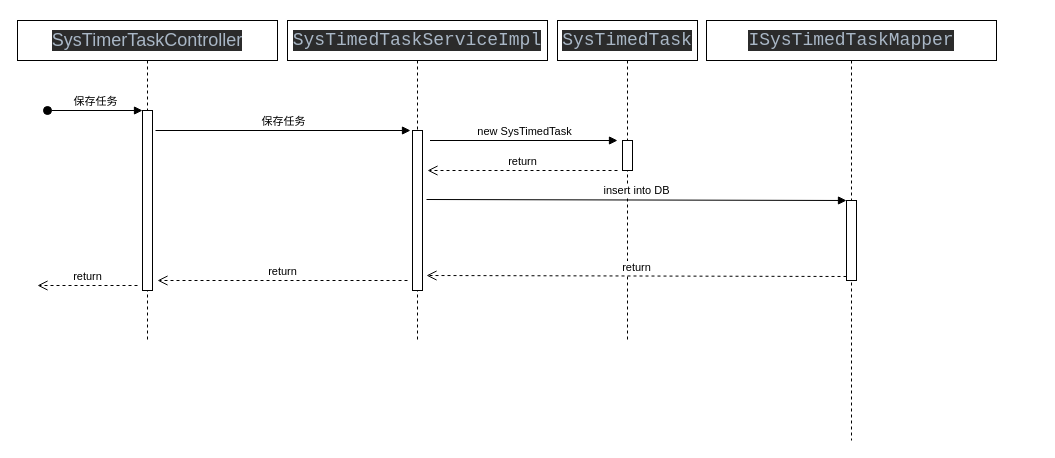
This is quartz.drawio from xiaolixi/xiaolixi.github.io, a draw.io file, before an edit. Source tidied: cells renumbered, new cells numbered last; positions are measured from the earlier drawing's top-left corner, leaving out a move shared by most shapes. Both pictures are drawn from the tidied source at 100%, with x=0, y=0 at pixel (17, 20).
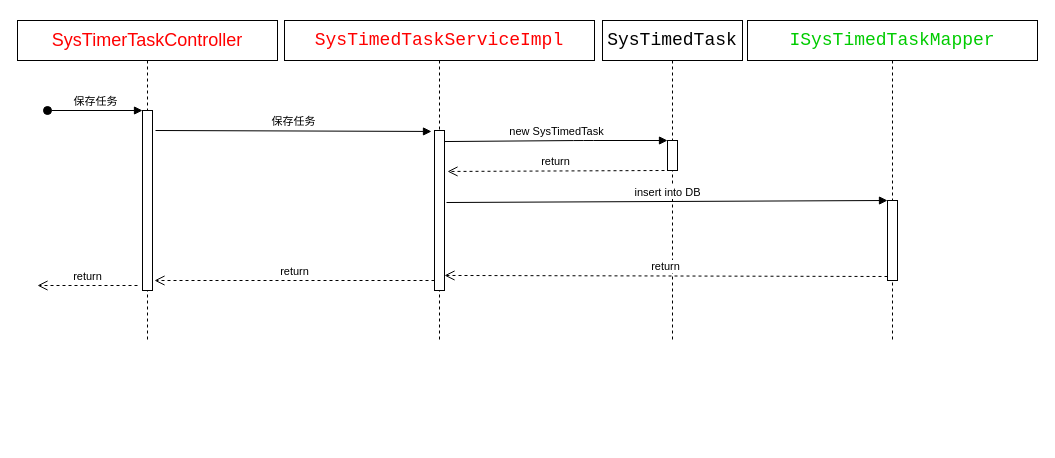
The same page after the edit.

The change refers to these unchanged cells:
```xml
<mxCell id="15" style="html=1;points=[];perimeter=orthogonalPerimeter;" parent="14" vertex="1">
  <mxGeometry x="140" y="180" width="10" height="80" as="geometry" />
</mxCell>
```

What changed in the source:
```diff
@@
-    <mxCell id="2" value="&lt;pre style=&quot;background-color: rgb(43 , 43 , 43) ; color: rgb(169 , 183 , 198) ; font-family: &amp;#34;courier new&amp;#34;&quot;&gt;&lt;pre style=&quot;font-family: &amp;#34;courier new&amp;#34;&quot;&gt;&lt;p style=&quot;margin: 0in ; font-family: &amp;#34;calibri&amp;#34;&quot;&gt;&lt;span style=&quot;font-size: 18px&quot;&gt;SysTimerTaskController&lt;/span&gt;&lt;/p&gt;&lt;/pre&gt;&lt;/pre&gt;" style="shape=umlLifeline;perimeter=lifelinePerimeter;whiteSpace=wrap;html=1;" parent="1" vertex="1">
+    <mxCell id="2" value="&lt;pre style=&quot;font-family: &amp;#34;courier new&amp;#34;&quot;&gt;&lt;pre style=&quot;font-family: &amp;#34;courier new&amp;#34;&quot;&gt;&lt;p style=&quot;margin: 0in ; font-family: &amp;#34;calibri&amp;#34;&quot;&gt;&lt;span style=&quot;font-size: 18px&quot;&gt;&lt;font color=&quot;#ff0000&quot;&gt;SysTimerTaskController&lt;/font&gt;&lt;/span&gt;&lt;/p&gt;&lt;/pre&gt;&lt;/pre&gt;" style="shape=umlLifeline;perimeter=lifelinePerimeter;whiteSpace=wrap;html=1;labelBackgroundColor=none;" parent="1" vertex="1">
       <mxGeometry width="260" height="320" as="geometry" />
     </mxCell>
@@
-    <mxCell id="6" value="&lt;pre style=&quot;background-color: rgb(43 , 43 , 43)&quot;&gt;&lt;pre&gt;&lt;font color=&quot;#a9b7c6&quot; face=&quot;courier new&quot;&gt;&lt;span style=&quot;font-size: 18px&quot;&gt;SysTimedTaskServiceImpl&lt;/span&gt;&lt;span style=&quot;font-size: 13.5pt&quot;&gt;&lt;br&gt;&lt;/span&gt;&lt;/font&gt;&lt;/pre&gt;&lt;/pre&gt;" style="shape=umlLifeline;perimeter=lifelinePerimeter;whiteSpace=wrap;html=1;" parent="1" vertex="1">
-      <mxGeometry x="270" width="260" height="320" as="geometry" />
+    <mxCell id="6" value="&lt;pre&gt;&lt;pre&gt;&lt;font face=&quot;courier new&quot;&gt;&lt;span style=&quot;font-size: 18px&quot;&gt;&lt;font color=&quot;#ff0000&quot;&gt;SysTimedTaskServiceImpl&lt;/font&gt;&lt;/span&gt;&lt;span style=&quot;background-color: rgb(43 , 43 , 43) ; color: rgb(169 , 183 , 198) ; font-size: 13.5pt&quot;&gt;&lt;br&gt;&lt;/span&gt;&lt;/font&gt;&lt;/pre&gt;&lt;/pre&gt;" style="shape=umlLifeline;perimeter=lifelinePerimeter;whiteSpace=wrap;html=1;size=40;" parent="1" vertex="1">
+      <mxGeometry x="267" width="310" height="320" as="geometry" />
     </mxCell>
     <mxCell id="7" style="html=1;points=[];perimeter=orthogonalPerimeter;" parent="6" vertex="1">
-      <mxGeometry x="125" y="110" width="10" height="160" as="geometry" />
+      <mxGeometry x="150" y="110" width="10" height="160" as="geometry" />
     </mxCell>
-    <mxCell id="8" value="return" style="html=1;verticalAlign=bottom;endArrow=open;dashed=1;endSize=8;" parent="6" edge="1">
+    <mxCell id="8" value="return" style="html=1;verticalAlign=bottom;endArrow=open;dashed=1;endSize=8;entryX=1.3;entryY=0.256;entryDx=0;entryDy=0;entryPerimeter=0;" parent="6" edge="1" target="7">
       <mxGeometry relative="1" as="geometry">
-        <mxPoint x="330" y="150" as="sourcePoint" />
-        <mxPoint x="140" y="150" as="targetPoint" />
+        <mxPoint x="380" y="150" as="sourcePoint" />
       </mxGeometry>
     </mxCell>
     <mxCell id="9" value="return" style="html=1;verticalAlign=bottom;endArrow=open;dashed=1;endSize=8;" parent="6" edge="1">
       <mxGeometry relative="1" as="geometry">
-        <mxPoint x="120" y="260" as="sourcePoint" />
+        <mxPoint x="150" y="260" as="sourcePoint" />
         <mxPoint x="-130" y="260" as="targetPoint" />
       </mxGeometry>
     </mxCell>
-    <mxCell id="10" value="保存任务" style="html=1;verticalAlign=bottom;endArrow=block;entryX=0;entryY=0;entryDx=0;entryDy=0;entryPerimeter=0;" parent="1" edge="1">
+    <mxCell id="10" value="保存任务" style="html=1;verticalAlign=bottom;endArrow=block;entryX=-0.3;entryY=0.006;entryDx=0;entryDy=0;entryPerimeter=0;" parent="1" edge="1" target="7">
       <mxGeometry relative="1" as="geometry">
         <mxPoint x="138" y="110" as="sourcePoint" />
-        <mxPoint x="393" y="110" as="targetPoint" />
       </mxGeometry>
     </mxCell>
-    <mxCell id="11" value="&lt;pre style=&quot;background-color: rgb(43 , 43 , 43)&quot;&gt;&lt;font color=&quot;#a9b7c6&quot; face=&quot;courier new&quot;&gt;&lt;span style=&quot;font-size: 18px&quot;&gt;SysTimedTask&lt;/span&gt;&lt;span style=&quot;font-size: 13.5pt&quot;&gt;&lt;br&gt;&lt;/span&gt;&lt;/font&gt;&lt;/pre&gt;" style="shape=umlLifeline;perimeter=lifelinePerimeter;whiteSpace=wrap;html=1;" parent="1" vertex="1">
-      <mxGeometry x="540" width="140" height="320" as="geometry" />
+    <mxCell id="11" value="&lt;pre&gt;&lt;font face=&quot;courier new&quot;&gt;&lt;span style=&quot;font-size: 18px&quot;&gt;&lt;font color=&quot;#000000&quot;&gt;SysTimedTask&lt;/font&gt;&lt;/span&gt;&lt;span style=&quot;color: rgb(169 , 183 , 198) ; background-color: rgb(43 , 43 , 43) ; font-size: 13.5pt&quot;&gt;&lt;br&gt;&lt;/span&gt;&lt;/font&gt;&lt;/pre&gt;" style="shape=umlLifeline;perimeter=lifelinePerimeter;whiteSpace=wrap;html=1;" parent="1" vertex="1">
+      <mxGeometry x="585" width="140" height="320" as="geometry" />
     </mxCell>
@@
-    <mxCell id="13" value="new SysTimedTask" style="html=1;verticalAlign=bottom;endArrow=block;" parent="1" edge="1">
+    <mxCell id="13" value="new SysTimedTask" style="html=1;verticalAlign=bottom;endArrow=block;exitX=1;exitY=0.069;exitDx=0;exitDy=0;exitPerimeter=0;" parent="1" edge="1" source="7">
       <mxGeometry relative="1" as="geometry">
-        <mxPoint x="412.5" y="120" as="sourcePoint" />
-        <mxPoint x="600" y="120" as="targetPoint" />
+        <mxPoint x="650" y="120" as="targetPoint" />
+        <Array as="points">
+          <mxPoint x="566" y="120" />
+        </Array>
       </mxGeometry>
     </mxCell>
-    <mxCell id="14" value="&lt;pre style=&quot;background-color: rgb(43 , 43 , 43)&quot;&gt;&lt;pre&gt;&lt;font color=&quot;#a9b7c6&quot; face=&quot;courier new&quot;&gt;&lt;span style=&quot;font-size: 18px&quot;&gt;ISysTimedTaskMapper&lt;/span&gt;&lt;/font&gt;&lt;/pre&gt;&lt;/pre&gt;" style="shape=umlLifeline;perimeter=lifelinePerimeter;whiteSpace=wrap;html=1;" parent="1" vertex="1">
-      <mxGeometry x="689" width="290" height="420" as="geometry" />
+    <mxCell id="14" value="&lt;pre&gt;&lt;pre&gt;&lt;font face=&quot;courier new&quot; color=&quot;#00cc00&quot;&gt;&lt;span style=&quot;font-size: 18px&quot;&gt;ISysTimedTaskMapper&lt;/span&gt;&lt;/font&gt;&lt;/pre&gt;&lt;/pre&gt;" style="shape=umlLifeline;perimeter=lifelinePerimeter;whiteSpace=wrap;html=1;" parent="1" vertex="1">
+      <mxGeometry x="730" width="290" height="320" as="geometry" />
     </mxCell>
@@
+    <mxCell id="17" value="return" style="html=1;verticalAlign=bottom;endArrow=open;dashed=1;endSize=8;exitX=0;exitY=0.95;entryX=1;entryY=0.906;entryDx=0;entryDy=0;entryPerimeter=0;" parent="1" edge="1" source="15" target="7">
+      <mxGeometry relative="1" as="geometry" />
+    </mxCell>
-    <mxCell id="16" value="insert into DB" style="html=1;verticalAlign=bottom;endArrow=block;entryX=0;entryY=0;" parent="14" edge="1" target="15">
-      <mxGeometry relative="1" as="geometry">
-        <mxPoint x="-280" y="179" as="sourcePoint" />
-      </mxGeometry>
+    <mxCell id="16" value="insert into DB" style="html=1;verticalAlign=bottom;endArrow=block;entryX=0;entryY=0;exitX=1.2;exitY=0.45;exitDx=0;exitDy=0;exitPerimeter=0;" parent="1" edge="1" source="7" target="15">
+      <mxGeometry relative="1" as="geometry" />
     </mxCell>
-    <mxCell id="17" value="return" style="html=1;verticalAlign=bottom;endArrow=open;dashed=1;endSize=8;exitX=0;exitY=0.95;" parent="14" edge="1" source="15">
-      <mxGeometry relative="1" as="geometry">
-        <mxPoint x="-280" y="255" as="targetPoint" />
-      </mxGeometry>
-    </mxCell>
```
